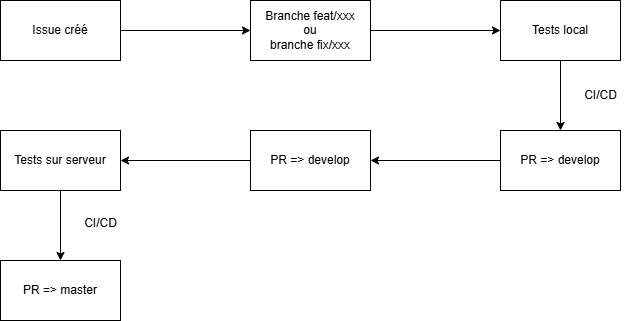
Before: documents/workflow deploy.png, a diagram exported from draw.io (RMurier/CESI-BAC-3-CUBE-2-PERSO). Source tidied: cells renumbered, new cells last; positions are measured from the earlier drawing's top-left corner, leaving out a move shared by most shapes. Source of this version:
```xml
<mxGraphModel>
  <root>
    <mxCell id="0" />
    <mxCell id="1" parent="0" />
    <mxCell id="2" style="edgeStyle=orthogonalEdgeStyle;rounded=0;jettySize=auto;html=1;entryX=0;entryY=0.5;entryDx=0;entryDy=0;" parent="1" edge="1" source="3" target="5">
      <mxGeometry relative="1" as="geometry" />
    </mxCell>
    <mxCell id="3" value="Issue créé" style="rounded=0;whiteSpace=wrap;html=1;" parent="1" vertex="1">
      <mxGeometry width="120" height="60" as="geometry" />
    </mxCell>
    <mxCell id="4" style="edgeStyle=orthogonalEdgeStyle;rounded=0;jettySize=auto;html=1;exitX=1;exitY=0.5;exitDx=0;exitDy=0;" parent="1" edge="1" source="5" target="7">
      <mxGeometry relative="1" as="geometry" />
    </mxCell>
    <mxCell id="5" value="Branche feat/xxx&lt;div&gt;ou&lt;/div&gt;&lt;div&gt;branche fix/xxx&lt;/div&gt;" style="rounded=0;whiteSpace=wrap;html=1;" parent="1" vertex="1">
      <mxGeometry x="250" width="120" height="60" as="geometry" />
    </mxCell>
    <mxCell id="6" style="edgeStyle=orthogonalEdgeStyle;rounded=0;jettySize=auto;html=1;entryX=0.5;entryY=0;entryDx=0;entryDy=0;" parent="1" edge="1" source="7" target="9">
      <mxGeometry relative="1" as="geometry" />
    </mxCell>
    <mxCell id="7" value="Tests local" style="rounded=0;whiteSpace=wrap;html=1;" parent="1" vertex="1">
      <mxGeometry x="500" width="120" height="60" as="geometry" />
    </mxCell>
    <mxCell id="8" style="edgeStyle=orthogonalEdgeStyle;rounded=0;jettySize=auto;html=1;entryX=1;entryY=0.5;entryDx=0;entryDy=0;" parent="1" edge="1" source="9" target="11">
      <mxGeometry relative="1" as="geometry" />
    </mxCell>
    <mxCell id="9" value="PR =&amp;gt; develop" style="rounded=0;whiteSpace=wrap;html=1;" parent="1" vertex="1">
      <mxGeometry x="500" y="130" width="120" height="60" as="geometry" />
    </mxCell>
    <mxCell id="10" style="edgeStyle=orthogonalEdgeStyle;rounded=0;jettySize=auto;html=1;entryX=1;entryY=0.5;entryDx=0;entryDy=0;" parent="1" edge="1" source="11" target="13">
      <mxGeometry relative="1" as="geometry" />
    </mxCell>
    <mxCell id="11" value="PR =&amp;gt; develop" style="rounded=0;whiteSpace=wrap;html=1;" parent="1" vertex="1">
      <mxGeometry x="250" y="130" width="120" height="60" as="geometry" />
    </mxCell>
    <mxCell id="12" style="edgeStyle=orthogonalEdgeStyle;rounded=0;jettySize=auto;html=1;" parent="1" edge="1" source="13" target="14">
      <mxGeometry relative="1" as="geometry" />
    </mxCell>
    <mxCell id="13" value="Tests sur serveur" style="rounded=0;whiteSpace=wrap;html=1;" parent="1" vertex="1">
      <mxGeometry y="130" width="120" height="60" as="geometry" />
    </mxCell>
    <mxCell id="14" value="PR =&amp;gt; master" style="rounded=0;whiteSpace=wrap;html=1;" parent="1" vertex="1">
      <mxGeometry y="260" width="120" height="60" as="geometry" />
    </mxCell>
    <mxCell id="15" value="CI/CD" style="text;html=1;align=center;verticalAlign=middle;strokeColor=none;fillColor=none;" parent="1" vertex="1">
      <mxGeometry x="70" y="208" width="60" height="30" as="geometry" />
    </mxCell>
    <mxCell id="16" value="CI/CD" style="text;html=1;align=center;verticalAlign=middle;strokeColor=none;fillColor=none;" parent="1" vertex="1">
      <mxGeometry x="570" y="80" width="60" height="30" as="geometry" />
    </mxCell>
  </root>
</mxGraphModel>
```
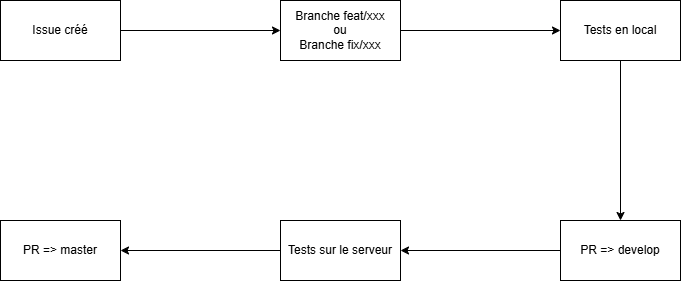
After the change.

What changed in the source:
```diff
@@ -2,50 +2,38 @@
   <root>
     <mxCell id="0" />
     <mxCell id="1" parent="0" />
-    <mxCell id="2" style="edgeStyle=orthogonalEdgeStyle;rounded=0;jettySize=auto;html=1;entryX=0;entryY=0.5;entryDx=0;entryDy=0;" parent="1" edge="1" source="3" target="5">
-      <mxGeometry relative="1" as="geometry" />
-    </mxCell>
+    <mxCell id="17" style="edgeStyle=orthogonalEdgeStyle;rounded=0;jettySize=auto;html=1;" parent="1" edge="1" source="3" target="19">
+      <mxGeometry relative="1" as="geometry" />
+    </mxCell>
     <mxCell id="3" value="Issue créé" style="rounded=0;whiteSpace=wrap;html=1;" parent="1" vertex="1">
-      <mxGeometry width="120" height="60" as="geometry" />
+      <mxGeometry x="-580" y="-270" width="120" height="60" as="geometry" />
     </mxCell>
-    <mxCell id="4" style="edgeStyle=orthogonalEdgeStyle;rounded=0;jettySize=auto;html=1;exitX=1;exitY=0.5;exitDx=0;exitDy=0;" parent="1" edge="1" source="5" target="7">
-      <mxGeometry relative="1" as="geometry" />
-    </mxCell>
-    <mxCell id="5" value="Branche feat/xxx&lt;div&gt;ou&lt;/div&gt;&lt;div&gt;branche fix/xxx&lt;/div&gt;" style="rounded=0;whiteSpace=wrap;html=1;" parent="1" vertex="1">
-      <mxGeometry x="250" width="120" height="60" as="geometry" />
-    </mxCell>
-    <mxCell id="6" style="edgeStyle=orthogonalEdgeStyle;rounded=0;jettySize=auto;html=1;entryX=0.5;entryY=0;entryDx=0;entryDy=0;" parent="1" edge="1" source="7" target="9">
-      <mxGeometry relative="1" as="geometry" />
-    </mxCell>
-    <mxCell id="7" value="Tests local" style="rounded=0;whiteSpace=wrap;html=1;" parent="1" vertex="1">
-      <mxGeometry x="500" width="120" height="60" as="geometry" />
-    </mxCell>
-    <mxCell id="8" style="edgeStyle=orthogonalEdgeStyle;rounded=0;jettySize=auto;html=1;entryX=1;entryY=0.5;entryDx=0;entryDy=0;" parent="1" edge="1" source="9" target="11">
-      <mxGeometry relative="1" as="geometry" />
-    </mxCell>
-    <mxCell id="9" value="PR =&amp;gt; develop" style="rounded=0;whiteSpace=wrap;html=1;" parent="1" vertex="1">
-      <mxGeometry x="500" y="130" width="120" height="60" as="geometry" />
-    </mxCell>
-    <mxCell id="10" style="edgeStyle=orthogonalEdgeStyle;rounded=0;jettySize=auto;html=1;entryX=1;entryY=0.5;entryDx=0;entryDy=0;" parent="1" edge="1" source="11" target="13">
-      <mxGeometry relative="1" as="geometry" />
-    </mxCell>
-    <mxCell id="11" value="PR =&amp;gt; develop" style="rounded=0;whiteSpace=wrap;html=1;" parent="1" vertex="1">
-      <mxGeometry x="250" y="130" width="120" height="60" as="geometry" />
-    </mxCell>
-    <mxCell id="12" style="edgeStyle=orthogonalEdgeStyle;rounded=0;jettySize=auto;html=1;" parent="1" edge="1" source="13" target="14">
-      <mxGeometry relative="1" as="geometry" />
-    </mxCell>
-    <mxCell id="13" value="Tests sur serveur" style="rounded=0;whiteSpace=wrap;html=1;" parent="1" vertex="1">
-      <mxGeometry y="130" width="120" height="60" as="geometry" />
-    </mxCell>
+    <mxCell id="18" style="edgeStyle=orthogonalEdgeStyle;rounded=0;jettySize=auto;html=1;" parent="1" edge="1" source="19" target="21">
+      <mxGeometry relative="1" as="geometry" />
+    </mxCell>
+    <mxCell id="19" value="Branche feat/xxx&lt;div&gt;ou&lt;/div&gt;&lt;div&gt;Branche fix/xxx&lt;/div&gt;" style="rounded=0;whiteSpace=wrap;html=1;" parent="1" vertex="1">
+      <mxGeometry x="-300" y="-270" width="120" height="60" as="geometry" />
+    </mxCell>
+    <mxCell id="20" style="edgeStyle=orthogonalEdgeStyle;rounded=0;jettySize=auto;html=1;" parent="1" edge="1" source="21" target="23">
+      <mxGeometry relative="1" as="geometry" />
+    </mxCell>
+    <mxCell id="21" value="Tests en local" style="rounded=0;whiteSpace=wrap;html=1;" parent="1" vertex="1">
+      <mxGeometry x="-20" y="-270" width="120" height="60" as="geometry" />
+    </mxCell>
+    <mxCell id="22" style="edgeStyle=orthogonalEdgeStyle;rounded=0;jettySize=auto;html=1;entryX=1;entryY=0.5;entryDx=0;entryDy=0;" parent="1" edge="1" source="23" target="25">
+      <mxGeometry relative="1" as="geometry" />
+    </mxCell>
+    <mxCell id="23" value="PR =&amp;gt; develop" style="rounded=0;whiteSpace=wrap;html=1;" parent="1" vertex="1">
+      <mxGeometry x="-20" y="-50" width="120" height="60" as="geometry" />
+    </mxCell>
+    <mxCell id="24" style="edgeStyle=orthogonalEdgeStyle;rounded=0;jettySize=auto;html=1;entryX=1;entryY=0.5;entryDx=0;entryDy=0;" parent="1" edge="1" source="25" target="14">
+      <mxGeometry relative="1" as="geometry" />
+    </mxCell>
+    <mxCell id="25" value="Tests sur le serveur" style="rounded=0;whiteSpace=wrap;html=1;" parent="1" vertex="1">
+      <mxGeometry x="-300" y="-50" width="120" height="60" as="geometry" />
+    </mxCell>
     <mxCell id="14" value="PR =&amp;gt; master" style="rounded=0;whiteSpace=wrap;html=1;" parent="1" vertex="1">
-      <mxGeometry y="260" width="120" height="60" as="geometry" />
+      <mxGeometry x="-580" y="-50" width="120" height="60" as="geometry" />
     </mxCell>
-    <mxCell id="15" value="CI/CD" style="text;html=1;align=center;verticalAlign=middle;strokeColor=none;fillColor=none;" parent="1" vertex="1">
-      <mxGeometry x="70" y="208" width="60" height="30" as="geometry" />
-    </mxCell>
-    <mxCell id="16" value="CI/CD" style="text;html=1;align=center;verticalAlign=middle;strokeColor=none;fillColor=none;" parent="1" vertex="1">
-      <mxGeometry x="570" y="80" width="60" height="30" as="geometry" />
-    </mxCell>
   </root>
 </mxGraphModel>
```
